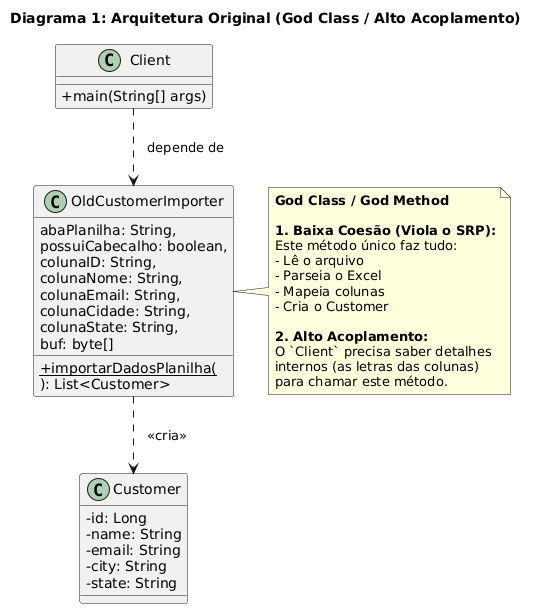
Before: main/resources/images/diagrama_god_class.png, a diagram exported from PlantUML (AfonsoFernando051/Java-Maven-SheetReader). Its diagram source:
```plantuml
@startuml
title Diagrama 1: Arquitetura Original (God Class / Alto Acoplamento)

skinparam classAttributeIconSize 0
skinparam shadowing false
skinparam guillemets " "

class Client {
  +main(String[] args)
}

class OldCustomerImporter {
  + {static} importarDadosPlanilha(
      abaPlanilha: String,
      possuiCabecalho: boolean,
      colunaID: String,
      colunaNome: String,
      colunaEmail: String,
      colunaCidade: String,
      colunaState: String,
      buf: byte[]
  ): List<Customer>
}

class Customer {
  -id: Long
  -name: String
  -email: String
  -city: String
  -state: String
}

Client ..> OldCustomerImporter : "   depende de"

OldCustomerImporter ..> Customer : "   «cria»"

note right of OldCustomerImporter
  **God Class / God Method**

  **1. Baixa Coesão (Viola o SRP):**
  Este método único faz tudo:
  - Lê o arquivo
  - Parseia o Excel
  - Mapeia colunas
  - Cria o Customer

  **2. Alto Acoplamento:**
  O `Client` precisa saber detalhes
  internos (as letras das colunas)
  para chamar este método.
end note
@enduml
```
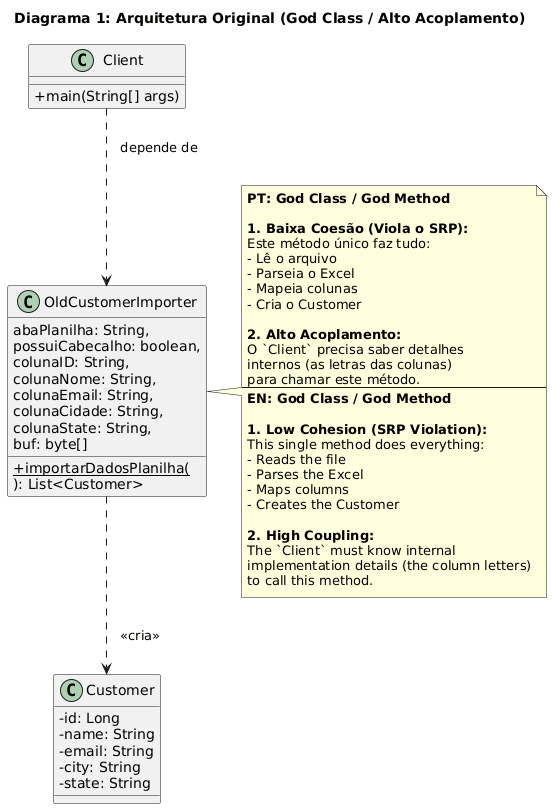
After the commit.

Commit message:
Adding sequence UML for god class and adding english translation

Diff of the diagram source:
```diff
@@ -35,7 +35,7 @@
 OldCustomerImporter ..> Customer : "   «cria»"
 
 note right of OldCustomerImporter
-  **God Class / God Method**
+  **PT: God Class / God Method**
 
   **1. Baixa Coesão (Viola o SRP):**
   Este método único faz tudo:
@@ -48,5 +48,19 @@
   O `Client` precisa saber detalhes
   internos (as letras das colunas)
   para chamar este método.
+  ---
+  **EN: God Class / God Method**
+
+  **1. Low Cohesion (SRP Violation):**
+  This single method does everything:
+  - Reads the file
+  - Parses the Excel
+  - Maps columns
+  - Creates the Customer
+
+  **2. High Coupling:**
+  The `Client` must know internal
+  implementation details (the column letters)
+  to call this method.
 end note
 @enduml
```
